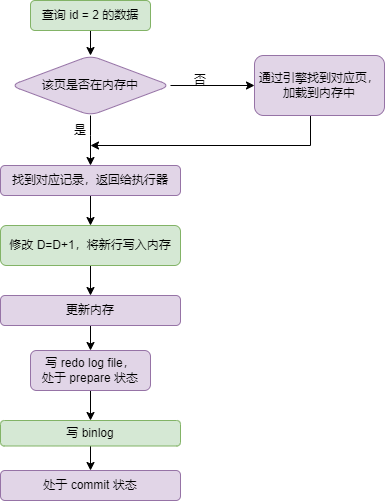
Earlier version of the draw.io export picture/execute-update-sql.png (Fuku-L/draw-io-repo). Source tidied: cells renumbered, new cells last; positions are measured from the earlier drawing's top-left corner, leaving out a move shared by most shapes.
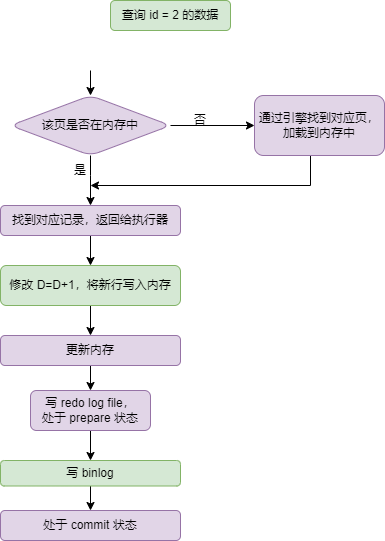
After the change.

Diff of the diagram source:
```diff
@@ -2,11 +2,13 @@
   <root>
     <mxCell id="0" />
     <mxCell id="1" parent="0" />
-    <mxCell id="2" style="edgeStyle=orthogonalEdgeStyle;rounded=0;jettySize=auto;html=1;" parent="1" edge="1" source="3" target="6">
-      <mxGeometry relative="1" as="geometry" />
+    <mxCell id="2" style="edgeStyle=orthogonalEdgeStyle;rounded=0;jettySize=auto;html=1;" parent="1" edge="1" target="6">
+      <mxGeometry relative="1" as="geometry">
+        <mxPoint x="90" y="30" as="sourcePoint" />
+      </mxGeometry>
     </mxCell>
     <mxCell id="3" value="查询 id = 2 的数据" style="rounded=1;whiteSpace=wrap;html=1;fillColor=#d5e8d4;strokeColor=#82b366;gradientColor=none;" parent="1" vertex="1">
-      <mxGeometry x="30" width="120" height="30" as="geometry" />
+      <mxGeometry x="110" y="-40" width="120" height="30" as="geometry" />
     </mxCell>
     <mxCell id="4" style="edgeStyle=orthogonalEdgeStyle;rounded=0;jettySize=auto;html=1;" parent="1" edge="1" source="6" target="8">
       <mxGeometry relative="1" as="geometry" />
```
